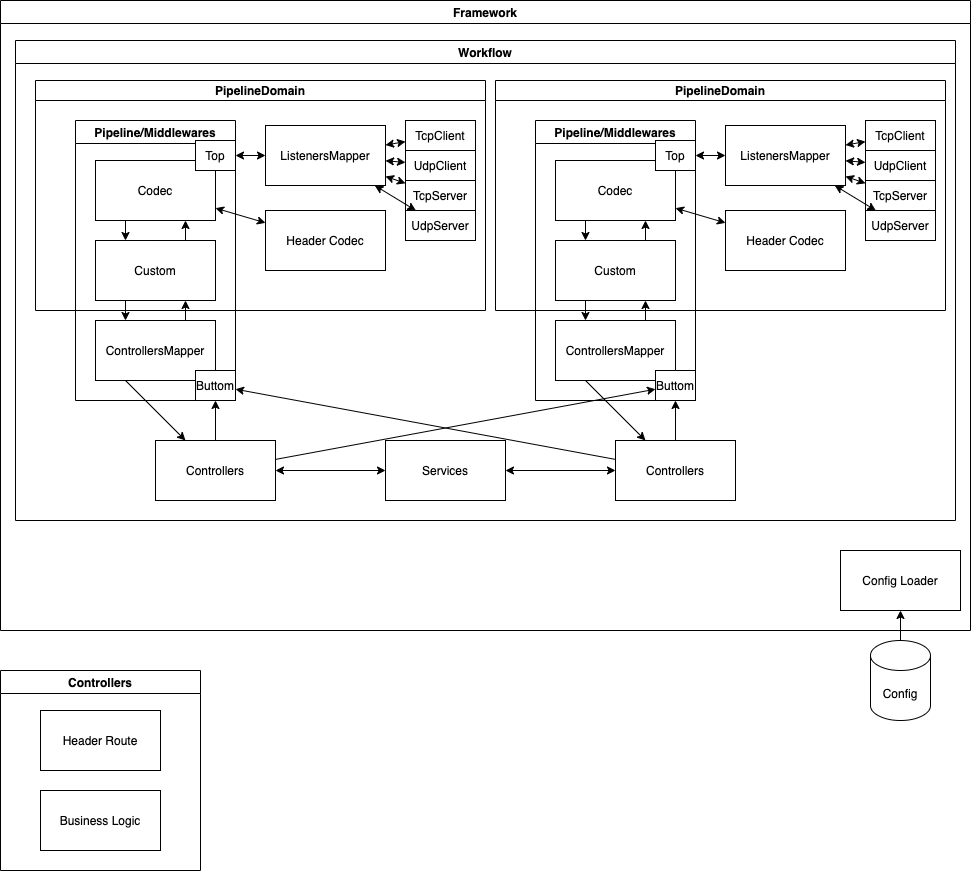
Earlier version of the draw.io export img/arch.relay.drawio.png (Banyc/SocketBackendFramework). Source tidied: cells renumbered, new cells last; positions are measured from the earlier drawing's top-left corner, leaving out a move shared by most shapes.
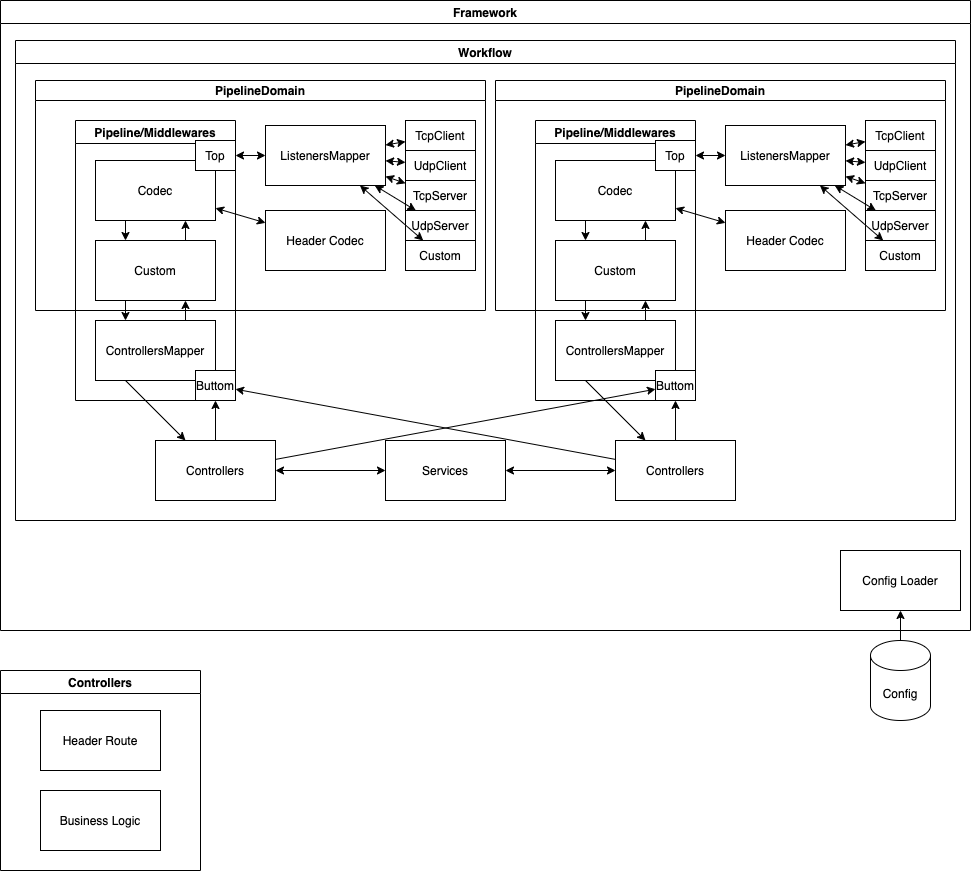
Above is the later version.

Commit message:
docs: custom network stack

Change to the diagram source:
```diff
@@ -104,6 +104,12 @@
     <mxCell id="35" style="endArrow=classic;startArrow=classic;html=1;" parent="13" edge="1" source="33" target="27">
       <mxGeometry relative="1" as="geometry" />
     </mxCell>
+    <mxCell id="67" value="Custom" style="rounded=0;whiteSpace=wrap;html=1;" parent="13" vertex="1">
+      <mxGeometry x="370" y="160" width="70" height="30" as="geometry" />
+    </mxCell>
+    <mxCell id="68" style="endArrow=classic;startArrow=classic;html=1;" parent="13" edge="1" source="67" target="27">
+      <mxGeometry relative="1" as="geometry" />
+    </mxCell>
     <mxCell id="36" style="endArrow=classic;html=1;" parent="9" edge="1" source="10" target="23">
       <mxGeometry relative="1" as="geometry" />
     </mxCell>
@@ -197,5 +203,11 @@
     <mxCell id="66" style="endArrow=classic;startArrow=classic;html=1;" parent="44" edge="1" source="64" target="58">
       <mxGeometry relative="1" as="geometry" />
     </mxCell>
+    <mxCell id="69" value="Custom" style="rounded=0;whiteSpace=wrap;html=1;" parent="44" vertex="1">
+      <mxGeometry x="370" y="160" width="70" height="30" as="geometry" />
+    </mxCell>
+    <mxCell id="70" style="endArrow=classic;startArrow=classic;html=1;" parent="44" edge="1" source="69" target="58">
+      <mxGeometry relative="1" as="geometry" />
+    </mxCell>
   </root>
 </mxGraphModel>
```
